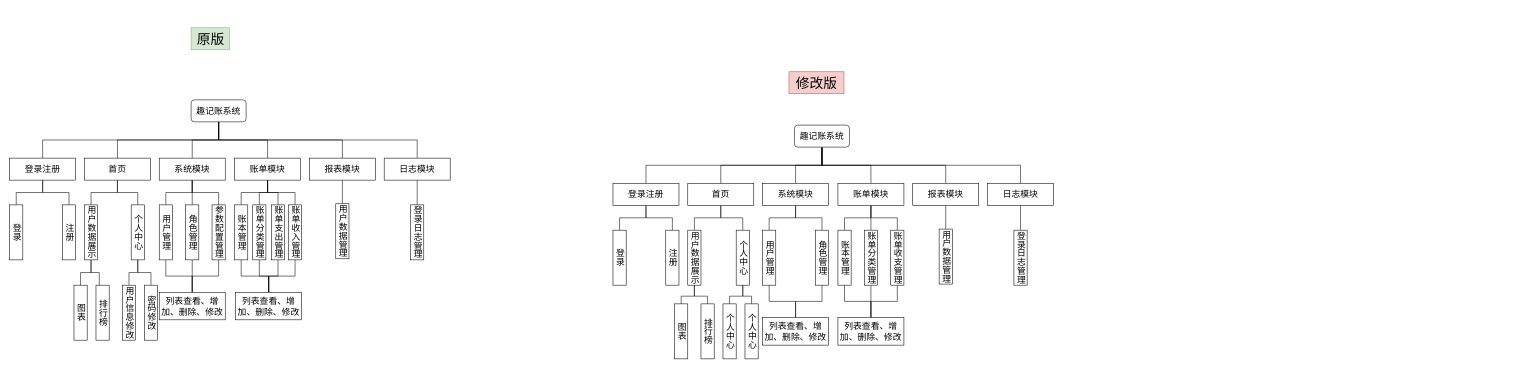
Earlier version of the draw.io diagram page "系统功能模块图" (5 of 8) of lottery-note/fun-bill-依赖关系.drawio (mynxg/draw-io-to-github). Source tidied: cells renumbered, new cells numbered last; positions are measured from the earlier drawing's top-left corner, leaving out a move shared by most shapes. Both pictures are drawn from the tidied source at 55%, with x=0, y=0 at pixel (9, 28).
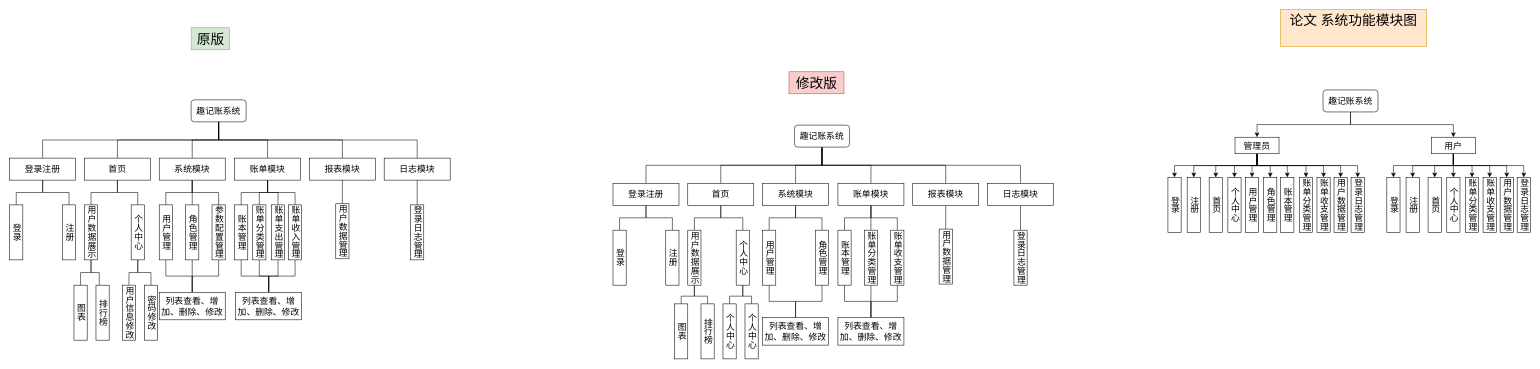
The same page after the edit.

What changed in the source:
```diff
@@
+    <mxCell id="110" style="edgeStyle=orthogonalEdgeStyle;rounded=0;jettySize=auto;html=1;exitX=0.5;exitY=1;exitDx=0;exitDy=0;entryX=0.5;entryY=0;entryDx=0;entryDy=0;" parent="1" edge="1" source="112" target="135">
+      <mxGeometry relative="1" as="geometry" />
+    </mxCell>
+    <mxCell id="111" style="edgeStyle=orthogonalEdgeStyle;rounded=0;jettySize=auto;html=1;exitX=0.5;exitY=1;exitDx=0;exitDy=0;" parent="1" edge="1" source="112" target="144">
+      <mxGeometry relative="1" as="geometry" />
+    </mxCell>
+    <mxCell id="112" value="趣记账系统" style="rounded=1;whiteSpace=wrap;html=1;fontSize=16;fontFamily=宋体;" parent="1" vertex="1">
+      <mxGeometry x="2388" y="113" width="100" height="40" as="geometry" />
+    </mxCell>
+    <mxCell id="113" value="用户管理" style="rounded=0;whiteSpace=wrap;html=1;textDirection=vertical-lr;fontSize=16;fontFamily=宋体;" parent="1" vertex="1">
+      <mxGeometry x="2247" y="272" width="24" height="100" as="geometry" />
+    </mxCell>
+    <mxCell id="114" value="登录" style="rounded=0;whiteSpace=wrap;html=1;textDirection=vertical-lr;fontSize=16;fontFamily=宋体;" parent="1" vertex="1">
+      <mxGeometry x="2106" y="272" width="24" height="100" as="geometry" />
+    </mxCell>
+    <mxCell id="115" value="注册" style="rounded=0;whiteSpace=wrap;html=1;textDirection=vertical-lr;fontSize=16;fontFamily=宋体;" parent="1" vertex="1">
+      <mxGeometry x="2141" y="272" width="24" height="100" as="geometry" />
+    </mxCell>
+    <mxCell id="116" value="首页" style="rounded=0;whiteSpace=wrap;html=1;textDirection=vertical-lr;fontSize=16;fontFamily=宋体;" parent="1" vertex="1">
+      <mxGeometry x="2181" y="272" width="24" height="100" as="geometry" />
+    </mxCell>
+    <mxCell id="117" value="个人中心" style="rounded=0;whiteSpace=wrap;html=1;textDirection=vertical-lr;fontSize=16;fontFamily=宋体;" parent="1" vertex="1">
+      <mxGeometry x="2215" y="272" width="24" height="100" as="geometry" />
+    </mxCell>
+    <mxCell id="118" value="角色管理" style="rounded=0;whiteSpace=wrap;html=1;textDirection=vertical-lr;fontSize=16;fontFamily=宋体;" parent="1" vertex="1">
+      <mxGeometry x="2280" y="272" width="24" height="100" as="geometry" />
+    </mxCell>
+    <mxCell id="119" value="账本管理" style="rounded=0;whiteSpace=wrap;html=1;textDirection=vertical-lr;fontSize=16;fontFamily=宋体;" parent="1" vertex="1">
+      <mxGeometry x="2311" y="272" width="24" height="100" as="geometry" />
+    </mxCell>
+    <mxCell id="120" value="账单分类管理" style="rounded=0;whiteSpace=wrap;html=1;textDirection=vertical-lr;fontSize=16;fontFamily=宋体;" parent="1" vertex="1">
+      <mxGeometry x="2345" y="272" width="24" height="100" as="geometry" />
+    </mxCell>
+    <mxCell id="121" value="账单收支管理" style="rounded=0;whiteSpace=wrap;html=1;textDirection=vertical-lr;fontSize=16;fontFamily=宋体;" parent="1" vertex="1">
+      <mxGeometry x="2377" y="272" width="24" height="100" as="geometry" />
+    </mxCell>
+    <mxCell id="122" value="用户数据管理" style="rounded=0;whiteSpace=wrap;html=1;textDirection=vertical-lr;fontSize=16;fontFamily=宋体;" parent="1" vertex="1">
+      <mxGeometry x="2408" y="272" width="24" height="100" as="geometry" />
+    </mxCell>
+    <mxCell id="123" value="登录日志管理" style="rounded=0;whiteSpace=wrap;html=1;textDirection=vertical-lr;fontSize=16;fontFamily=宋体;" parent="1" vertex="1">
+      <mxGeometry x="2439" y="272" width="24" height="100" as="geometry" />
+    </mxCell>
+    <mxCell id="124" style="edgeStyle=orthogonalEdgeStyle;rounded=0;jettySize=auto;html=1;exitX=0.5;exitY=1;exitDx=0;exitDy=0;entryX=0.5;entryY=0;entryDx=0;entryDy=0;" parent="1" edge="1" source="135" target="114">
+      <mxGeometry relative="1" as="geometry" />
+    </mxCell>
+    <mxCell id="125" style="edgeStyle=orthogonalEdgeStyle;rounded=0;jettySize=auto;html=1;exitX=0.5;exitY=1;exitDx=0;exitDy=0;entryX=0.5;entryY=0;entryDx=0;entryDy=0;" parent="1" edge="1" source="135" target="115">
+      <mxGeometry relative="1" as="geometry" />
+    </mxCell>
+    <mxCell id="126" style="edgeStyle=orthogonalEdgeStyle;rounded=0;jettySize=auto;html=1;exitX=0.5;exitY=1;exitDx=0;exitDy=0;entryX=0.5;entryY=0;entryDx=0;entryDy=0;" parent="1" edge="1" source="135" target="116">
+      <mxGeometry relative="1" as="geometry" />
+    </mxCell>
+    <mxCell id="127" style="edgeStyle=orthogonalEdgeStyle;rounded=0;jettySize=auto;html=1;exitX=0.5;exitY=1;exitDx=0;exitDy=0;entryX=0.5;entryY=0;entryDx=0;entryDy=0;" parent="1" edge="1" source="135" target="117">
+      <mxGeometry relative="1" as="geometry" />
+    </mxCell>
+    <mxCell id="128" style="edgeStyle=orthogonalEdgeStyle;rounded=0;jettySize=auto;html=1;exitX=0.5;exitY=1;exitDx=0;exitDy=0;" parent="1" edge="1" source="135" target="113">
+      <mxGeometry relative="1" as="geometry" />
+    </mxCell>
+    <mxCell id="129" style="edgeStyle=orthogonalEdgeStyle;rounded=0;jettySize=auto;html=1;exitX=0.5;exitY=1;exitDx=0;exitDy=0;entryX=0.5;entryY=0;entryDx=0;entryDy=0;" parent="1" edge="1" source="135" target="118">
+      <mxGeometry relative="1" as="geometry" />
+    </mxCell>
+    <mxCell id="130" style="edgeStyle=orthogonalEdgeStyle;rounded=0;jettySize=auto;html=1;exitX=0.5;exitY=1;exitDx=0;exitDy=0;" parent="1" edge="1" source="135" target="119">
+      <mxGeometry relative="1" as="geometry" />
+    </mxCell>
+    <mxCell id="131" style="edgeStyle=orthogonalEdgeStyle;rounded=0;jettySize=auto;html=1;exitX=0.5;exitY=1;exitDx=0;exitDy=0;" parent="1" edge="1" source="135" target="120">
+      <mxGeometry relative="1" as="geometry" />
+    </mxCell>
+    <mxCell id="132" style="edgeStyle=orthogonalEdgeStyle;rounded=0;jettySize=auto;html=1;exitX=0.5;exitY=1;exitDx=0;exitDy=0;entryX=0.5;entryY=0;entryDx=0;entryDy=0;" parent="1" edge="1" source="135" target="121">
+      <mxGeometry relative="1" as="geometry" />
+    </mxCell>
+    <mxCell id="133" style="edgeStyle=orthogonalEdgeStyle;rounded=0;jettySize=auto;html=1;exitX=0.5;exitY=1;exitDx=0;exitDy=0;entryX=0.5;entryY=0;entryDx=0;entryDy=0;" parent="1" edge="1" source="135" target="122">
+      <mxGeometry relative="1" as="geometry" />
+    </mxCell>
+    <mxCell id="134" style="edgeStyle=orthogonalEdgeStyle;rounded=0;jettySize=auto;html=1;exitX=0.5;exitY=1;exitDx=0;exitDy=0;" parent="1" edge="1" source="135" target="123">
+      <mxGeometry relative="1" as="geometry" />
+    </mxCell>
+    <mxCell id="135" value="管理员" style="rounded=0;whiteSpace=wrap;html=1;fontFamily=宋体;fontSize=16;" parent="1" vertex="1">
+      <mxGeometry x="2228" y="199" width="80" height="30" as="geometry" />
+    </mxCell>
+    <mxCell id="136" style="edgeStyle=orthogonalEdgeStyle;rounded=0;jettySize=auto;html=1;exitX=0.5;exitY=1;exitDx=0;exitDy=0;" parent="1" edge="1" source="144" target="149">
+      <mxGeometry relative="1" as="geometry" />
+    </mxCell>
+    <mxCell id="137" style="edgeStyle=orthogonalEdgeStyle;rounded=0;jettySize=auto;html=1;exitX=0.5;exitY=1;exitDx=0;exitDy=0;" parent="1" edge="1" source="144" target="150">
+      <mxGeometry relative="1" as="geometry" />
+    </mxCell>
+    <mxCell id="138" style="edgeStyle=orthogonalEdgeStyle;rounded=0;jettySize=auto;html=1;exitX=0.5;exitY=1;exitDx=0;exitDy=0;" parent="1" edge="1" source="144" target="151">
+      <mxGeometry relative="1" as="geometry" />
+    </mxCell>
+    <mxCell id="139" style="edgeStyle=orthogonalEdgeStyle;rounded=0;jettySize=auto;html=1;exitX=0.5;exitY=1;exitDx=0;exitDy=0;entryX=0.5;entryY=0;entryDx=0;entryDy=0;" parent="1" edge="1" source="144" target="152">
+      <mxGeometry relative="1" as="geometry" />
+    </mxCell>
+    <mxCell id="140" style="edgeStyle=orthogonalEdgeStyle;rounded=0;jettySize=auto;html=1;exitX=0.5;exitY=1;exitDx=0;exitDy=0;entryX=0.5;entryY=0;entryDx=0;entryDy=0;" parent="1" edge="1" source="144" target="145">
+      <mxGeometry relative="1" as="geometry" />
+    </mxCell>
+    <mxCell id="141" style="edgeStyle=orthogonalEdgeStyle;rounded=0;jettySize=auto;html=1;exitX=0.5;exitY=1;exitDx=0;exitDy=0;entryX=0.5;entryY=0;entryDx=0;entryDy=0;" parent="1" edge="1" source="144" target="146">
+      <mxGeometry relative="1" as="geometry" />
+    </mxCell>
+    <mxCell id="142" style="edgeStyle=orthogonalEdgeStyle;rounded=0;jettySize=auto;html=1;exitX=0.5;exitY=1;exitDx=0;exitDy=0;entryX=0.5;entryY=0;entryDx=0;entryDy=0;" parent="1" edge="1" source="144" target="147">
+      <mxGeometry relative="1" as="geometry" />
+    </mxCell>
+    <mxCell id="143" style="edgeStyle=orthogonalEdgeStyle;rounded=0;jettySize=auto;html=1;exitX=0.5;exitY=1;exitDx=0;exitDy=0;entryX=0.5;entryY=0;entryDx=0;entryDy=0;" parent="1" edge="1" source="144" target="148">
+      <mxGeometry relative="1" as="geometry" />
+    </mxCell>
+    <mxCell id="144" value="用户" style="rounded=0;whiteSpace=wrap;html=1;fontFamily=宋体;fontSize=16;" parent="1" vertex="1">
+      <mxGeometry x="2585" y="199" width="80" height="30" as="geometry" />
+    </mxCell>
+    <mxCell id="145" value="账单分类管理" style="rounded=0;whiteSpace=wrap;html=1;textDirection=vertical-lr;fontSize=16;fontFamily=宋体;" parent="1" vertex="1">
+      <mxGeometry x="2647" y="272" width="24" height="100" as="geometry" />
+    </mxCell>
+    <mxCell id="146" value="账单收支管理" style="rounded=0;whiteSpace=wrap;html=1;textDirection=vertical-lr;fontSize=16;fontFamily=宋体;" parent="1" vertex="1">
+      <mxGeometry x="2679" y="272" width="24" height="100" as="geometry" />
+    </mxCell>
+    <mxCell id="147" value="用户数据管理" style="rounded=0;whiteSpace=wrap;html=1;textDirection=vertical-lr;fontSize=16;fontFamily=宋体;" parent="1" vertex="1">
+      <mxGeometry x="2710" y="272" width="24" height="100" as="geometry" />
+    </mxCell>
+    <mxCell id="148" value="登录日志管理" style="rounded=0;whiteSpace=wrap;html=1;textDirection=vertical-lr;fontSize=16;fontFamily=宋体;" parent="1" vertex="1">
+      <mxGeometry x="2741" y="272" width="24" height="100" as="geometry" />
+    </mxCell>
+    <mxCell id="149" value="登录" style="rounded=0;whiteSpace=wrap;html=1;textDirection=vertical-lr;fontSize=16;fontFamily=宋体;" parent="1" vertex="1">
+      <mxGeometry x="2504" y="272" width="24" height="100" as="geometry" />
+    </mxCell>
+    <mxCell id="150" value="注册" style="rounded=0;whiteSpace=wrap;html=1;textDirection=vertical-lr;fontSize=16;fontFamily=宋体;" parent="1" vertex="1">
+      <mxGeometry x="2539" y="272" width="24" height="100" as="geometry" />
+    </mxCell>
+    <mxCell id="151" value="首页" style="rounded=0;whiteSpace=wrap;html=1;textDirection=vertical-lr;fontSize=16;fontFamily=宋体;" parent="1" vertex="1">
+      <mxGeometry x="2579" y="272" width="24" height="100" as="geometry" />
+    </mxCell>
+    <mxCell id="152" value="个人中心" style="rounded=0;whiteSpace=wrap;html=1;textDirection=vertical-lr;fontSize=16;fontFamily=宋体;" parent="1" vertex="1">
+      <mxGeometry x="2613" y="272" width="24" height="100" as="geometry" />
+    </mxCell>
+    <mxCell id="153" value="论文 系统功能模块&lt;span style=&quot;background-color: initial; font-size: 25px;&quot;&gt;图&lt;/span&gt;&lt;div style=&quot;font-size: 25px;&quot;&gt;&lt;div style=&quot;font-size: 25px;&quot;&gt;&lt;br style=&quot;font-size: 25px;&quot;&gt;&lt;/div&gt;&lt;/div&gt;" style="text;html=1;align=center;verticalAlign=middle;whiteSpace=wrap;rounded=0;fontSize=25;fontFamily=宋体;fillColor=#ffe6cc;strokeColor=#d79b00;" parent="1" vertex="1">
+      <mxGeometry x="2311" y="-33" width="265" height="67" as="geometry" />
+    </mxCell>
```
